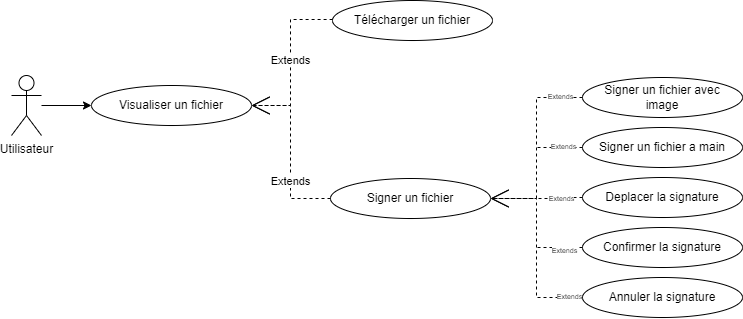
PFE-Neoledge-2023/rapport keeps this draw.io diagram as images_pfe/use_case_documents_sprint_4.png. Above is the earlier version. Source tidied: cells renumbered, new cells last; positions are measured from the earlier drawing's top-left corner, leaving out a move shared by most shapes.
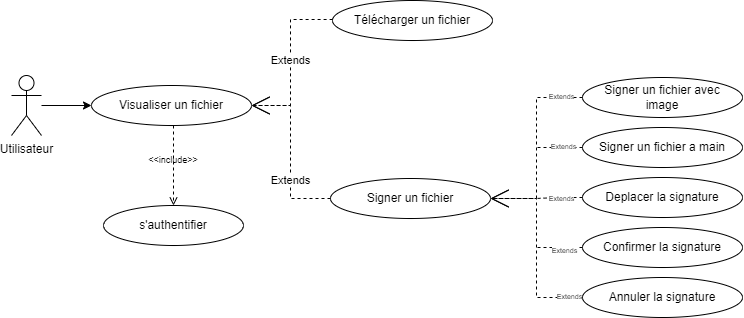
The same diagram one commit later.

Change to the diagram source:
```diff
@@ -70,5 +70,19 @@
         </Array>
       </mxGeometry>
     </mxCell>
+    <mxCell id="19" style="group;" parent="1" vertex="1">
+      <mxGeometry x="92" y="125" width="140" height="120" as="geometry" />
+    </mxCell>
+    <mxCell id="20" style="edgeStyle=none;html=1;entryX=0.5;entryY=0;entryDx=0;entryDy=0;dashed=1;endArrow=open;endFill=0;" parent="19" edge="1" target="21">
+      <mxGeometry relative="1" as="geometry">
+        <mxPoint x="70" as="sourcePoint" />
+      </mxGeometry>
+    </mxCell>
+    <mxCell id="21" value="s'authentifier" style="ellipse;whiteSpace=wrap;html=1;" parent="19" vertex="1">
+      <mxGeometry y="80" width="140" height="40" as="geometry" />
+    </mxCell>
+    <mxCell id="22" value="&amp;lt;&amp;lt;include&amp;gt;&amp;gt;" style="text;html=1;strokeColor=none;fillColor=none;align=center;verticalAlign=middle;whiteSpace=wrap;rounded=0;fontSize=9;" parent="19" vertex="1">
+      <mxGeometry x="40" y="20" width="60" height="30" as="geometry" />
+    </mxCell>
   </root>
 </mxGraphModel>
```
